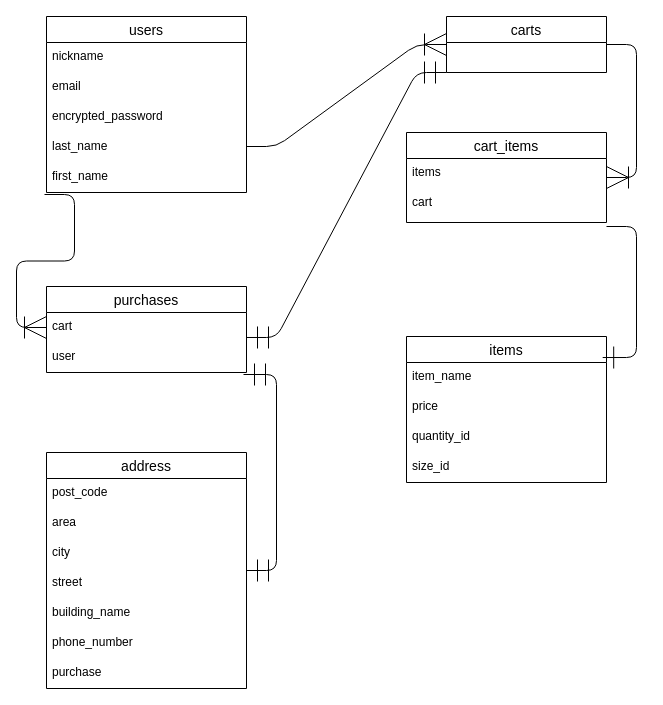
Earlier version of the draw.io diagram test.dio (kazuhiro-tsuchiya/original-app-36951). Source tidied: cells renumbered, new cells numbered last; positions are measured from the earlier drawing's top-left corner, leaving out a move shared by most shapes. Both pictures are drawn from the tidied source at 100%, with x=0, y=0 at pixel (46, 16).
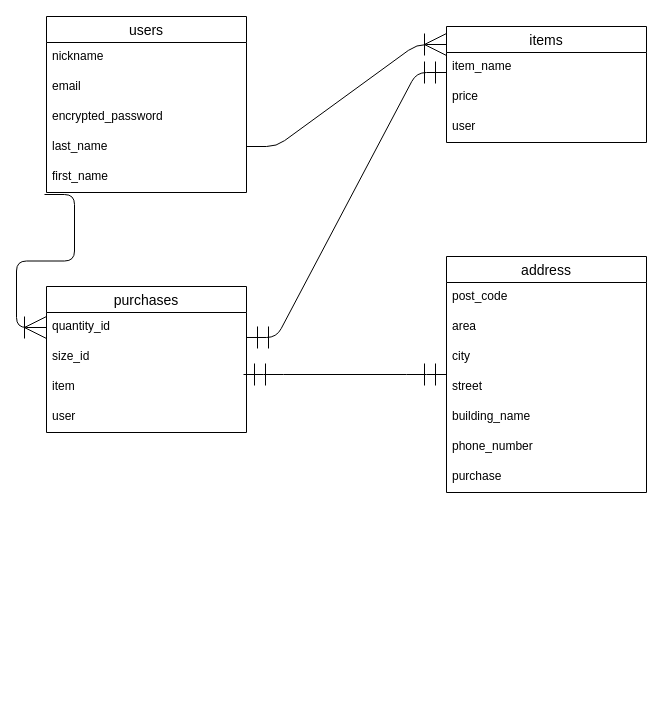
The same page after the edit.

Unchanged cells that the change refers to:
```xml
<mxCell id="2" value="users" style="swimlane;fontStyle=0;horizontal=1;startSize=26;align=center;fontSize=14;" parent="1" vertex="1">
  <mxGeometry width="200" height="176" as="geometry" />
</mxCell>
```

Diff of the diagram source:
```diff
@@
-    <mxCell id="3" style="edgeStyle=entityRelationEdgeStyle;fontSize=12;html=1;endArrow=ERoneToMany;entryX=0;entryY=0.5;entryDx=0;entryDy=0;jumpSize=37;strokeWidth=1;endSize=20;" parent="2" edge="1" target="9">
+    <mxCell id="3" style="edgeStyle=entityRelationEdgeStyle;fontSize=12;html=1;endArrow=ERoneToMany;entryX=0;entryY=0.5;entryDx=0;entryDy=0;jumpSize=37;strokeWidth=1;endSize=20;" parent="2" edge="1">
       <mxGeometry relative="1" as="geometry">
         <mxPoint x="200" y="130" as="sourcePoint" />
+        <mxPoint x="400" y="28" as="targetPoint" />
       </mxGeometry>
     </mxCell>
@@
-    <mxCell id="9" value="carts" style="swimlane;fontStyle=0;horizontal=1;startSize=26;align=center;fontSize=14;" parent="1" vertex="1">
-      <mxGeometry x="400" width="160" height="56" as="geometry" />
-    </mxCell>
-    <mxCell id="10" value="cart_items" style="swimlane;fontStyle=0;horizontal=1;startSize=26;align=center;fontSize=14;" parent="1" vertex="1">
-      <mxGeometry x="360" y="116" width="200" height="90" as="geometry" />
-    </mxCell>
-    <mxCell id="11" value="items" style="text;strokeColor=none;fillColor=none;spacingLeft=4;spacingRight=4;overflow=hidden;fontSize=12;" parent="10" vertex="1">
-      <mxGeometry y="26" width="200" height="30" as="geometry" />
-    </mxCell>
-    <mxCell id="12" value="cart" style="text;strokeColor=none;fillColor=none;spacingLeft=4;spacingRight=4;overflow=hidden;fontSize=12;" parent="10" vertex="1">
-      <mxGeometry y="56" width="200" height="34" as="geometry" />
-    </mxCell>
-    <mxCell id="13" style="edgeStyle=entityRelationEdgeStyle;fontSize=12;html=1;endArrow=ERoneToMany;endSize=20;strokeWidth=1;jumpSize=37;exitX=1;exitY=0.5;exitDx=0;exitDy=0;" parent="1" edge="1" source="9" target="10">
-      <mxGeometry relative="1" as="geometry" />
-    </mxCell>
     <mxCell id="14" value="items" style="swimlane;fontStyle=0;horizontal=1;startSize=26;align=center;fontSize=14;" parent="1" vertex="1">
-      <mxGeometry x="360" y="320" width="200" height="146" as="geometry" />
+      <mxGeometry x="400" y="10" width="200" height="116" as="geometry" />
     </mxCell>
@@
-    <mxCell id="17" value="quantity_id" style="text;strokeColor=none;fillColor=none;spacingLeft=4;spacingRight=4;overflow=hidden;fontSize=12;" parent="14" vertex="1">
+    <mxCell id="17" value="user" style="text;strokeColor=none;fillColor=none;spacingLeft=4;spacingRight=4;overflow=hidden;fontSize=12;" parent="14" vertex="1">
       <mxGeometry y="86" width="200" height="30" as="geometry" />
     </mxCell>
-    <mxCell id="18" value="size_id" style="text;strokeColor=none;fillColor=none;spacingLeft=4;spacingRight=4;overflow=hidden;fontSize=12;" parent="14" vertex="1">
-      <mxGeometry y="116" width="200" height="30" as="geometry" />
-    </mxCell>
-    <mxCell id="19" style="edgeStyle=entityRelationEdgeStyle;fontSize=12;html=1;endArrow=ERone;endFill=1;endSize=20;strokeWidth=1;jumpSize=37;entryX=0.981;entryY=0.144;entryDx=0;entryDy=0;entryPerimeter=0;" parent="1" edge="1" target="14">
-      <mxGeometry relative="1" as="geometry">
-        <mxPoint x="560" y="210" as="sourcePoint" />
-      </mxGeometry>
-    </mxCell>
     <mxCell id="20" value="purchases" style="swimlane;fontStyle=0;horizontal=1;startSize=26;align=center;fontSize=14;" parent="1" vertex="1">
-      <mxGeometry y="270" width="200" height="86" as="geometry" />
+      <mxGeometry y="270" width="200" height="146" as="geometry" />
     </mxCell>
-    <mxCell id="21" value="cart" style="text;strokeColor=none;fillColor=none;spacingLeft=4;spacingRight=4;overflow=hidden;points=[[0,0.5],[1,0.5]];portConstraint=eastwest;fontSize=12;" parent="20" vertex="1">
+    <mxCell id="21" value="quantity_id&#10;" style="text;strokeColor=none;fillColor=none;spacingLeft=4;spacingRight=4;overflow=hidden;points=[[0,0.5],[1,0.5]];portConstraint=eastwest;fontSize=12;" parent="20" vertex="1">
       <mxGeometry y="26" width="200" height="30" as="geometry" />
     </mxCell>
-    <mxCell id="22" value="user" style="text;strokeColor=none;fillColor=none;spacingLeft=4;spacingRight=4;overflow=hidden;points=[[0,0.5],[1,0.5]];portConstraint=eastwest;fontSize=12;" parent="20" vertex="1">
+    <mxCell id="22" value="size_id" style="text;strokeColor=none;fillColor=none;spacingLeft=4;spacingRight=4;overflow=hidden;points=[[0,0.5],[1,0.5]];portConstraint=eastwest;fontSize=12;" parent="20" vertex="1">
       <mxGeometry y="56" width="200" height="30" as="geometry" />
     </mxCell>
+    <mxCell id="34" value="item" style="text;strokeColor=none;fillColor=none;spacingLeft=4;spacingRight=4;overflow=hidden;fontSize=12;" parent="20" vertex="1">
+      <mxGeometry y="86" width="200" height="30" as="geometry" />
+    </mxCell>
+    <mxCell id="35" value="user" style="text;strokeColor=none;fillColor=none;spacingLeft=4;spacingRight=4;overflow=hidden;fontSize=12;" parent="20" vertex="1">
+      <mxGeometry y="116" width="200" height="30" as="geometry" />
+    </mxCell>
@@
-    <mxCell id="24" style="edgeStyle=entityRelationEdgeStyle;fontSize=12;html=1;endArrow=ERmandOne;startArrow=ERmandOne;endSize=20;strokeWidth=1;jumpSize=37;exitX=1;exitY=0.833;exitDx=0;exitDy=0;exitPerimeter=0;entryX=0;entryY=1;entryDx=0;entryDy=0;startSize=20;" parent="1" edge="1" source="21" target="9">
-      <mxGeometry relative="1" as="geometry" />
+    <mxCell id="24" style="edgeStyle=entityRelationEdgeStyle;fontSize=12;html=1;endArrow=ERmandOne;startArrow=ERmandOne;endSize=20;strokeWidth=1;jumpSize=37;exitX=1;exitY=0.833;exitDx=0;exitDy=0;exitPerimeter=0;entryX=0;entryY=1;entryDx=0;entryDy=0;startSize=20;" parent="1" edge="1" source="21">
+      <mxGeometry relative="1" as="geometry">
+        <mxPoint x="400" y="56" as="targetPoint" />
+      </mxGeometry>
     </mxCell>
     <mxCell id="25" value="address" style="swimlane;fontStyle=0;horizontal=1;startSize=26;align=center;fontSize=14;" parent="1" vertex="1">
-      <mxGeometry y="436" width="200" height="236" as="geometry" />
+      <mxGeometry x="400" y="240" width="200" height="236" as="geometry" />
     </mxCell>
```
